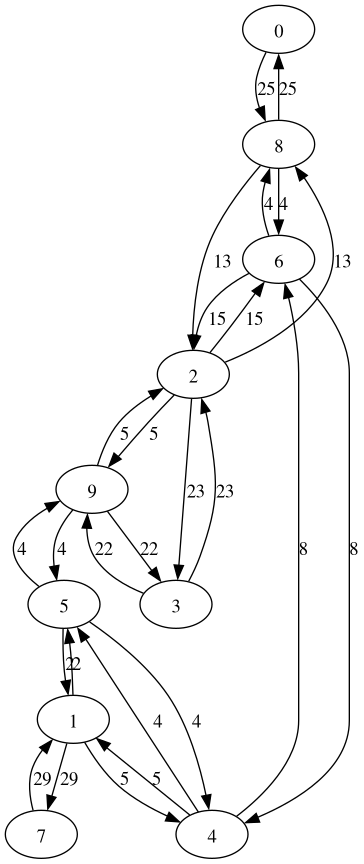
Earlier version of the Graphviz export flow.png (Pawlo83/OK). Its source is kept beside it as flow.dot.
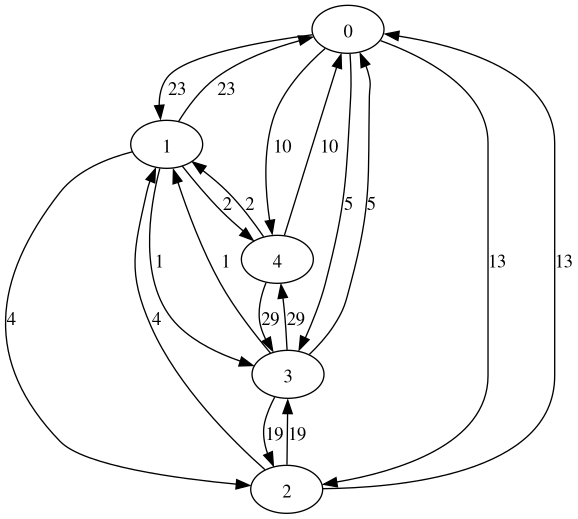
The same file after the commit.

The edit, as a diff of the source:
```diff
@@ -1,28 +1,20 @@
 digraph G {
-  0 -> 8 [label="25"]
-  1 -> 4 [label="5"]
-  1 -> 5 [label="2"]
-  1 -> 7 [label="29"]
-  2 -> 3 [label="23"]
-  2 -> 6 [label="15"]
-  2 -> 8 [label="13"]
-  2 -> 9 [label="5"]
-  3 -> 2 [label="23"]
-  3 -> 9 [label="22"]
-  4 -> 1 [label="5"]
-  4 -> 5 [label="4"]
-  4 -> 6 [label="8"]
-  5 -> 1 [label="2"]
-  5 -> 4 [label="4"]
-  5 -> 9 [label="4"]
-  6 -> 2 [label="15"]
-  6 -> 4 [label="8"]
-  6 -> 8 [label="4"]
-  7 -> 1 [label="29"]
-  8 -> 0 [label="25"]
-  8 -> 2 [label="13"]
-  8 -> 6 [label="4"]
-  9 -> 2 [label="5"]
-  9 -> 3 [label="22"]
-  9 -> 5 [label="4"]
+  0 -> 1 [label="23"]
+  0 -> 2 [label="13"]
+  0 -> 3 [label="5"]
+  0 -> 4 [label="10"]
+  1 -> 0 [label="23"]
+  1 -> 2 [label="4"]
+  1 -> 3 [label="1"]
+  1 -> 4 [label="2"]
+  2 -> 0 [label="13"]
+  2 -> 1 [label="4"]
+  2 -> 3 [label="19"]
+  3 -> 0 [label="5"]
+  3 -> 1 [label="1"]
+  3 -> 2 [label="19"]
+  3 -> 4 [label="29"]
+  4 -> 0 [label="10"]
+  4 -> 1 [label="2"]
+  4 -> 3 [label="29"]
 }
```
